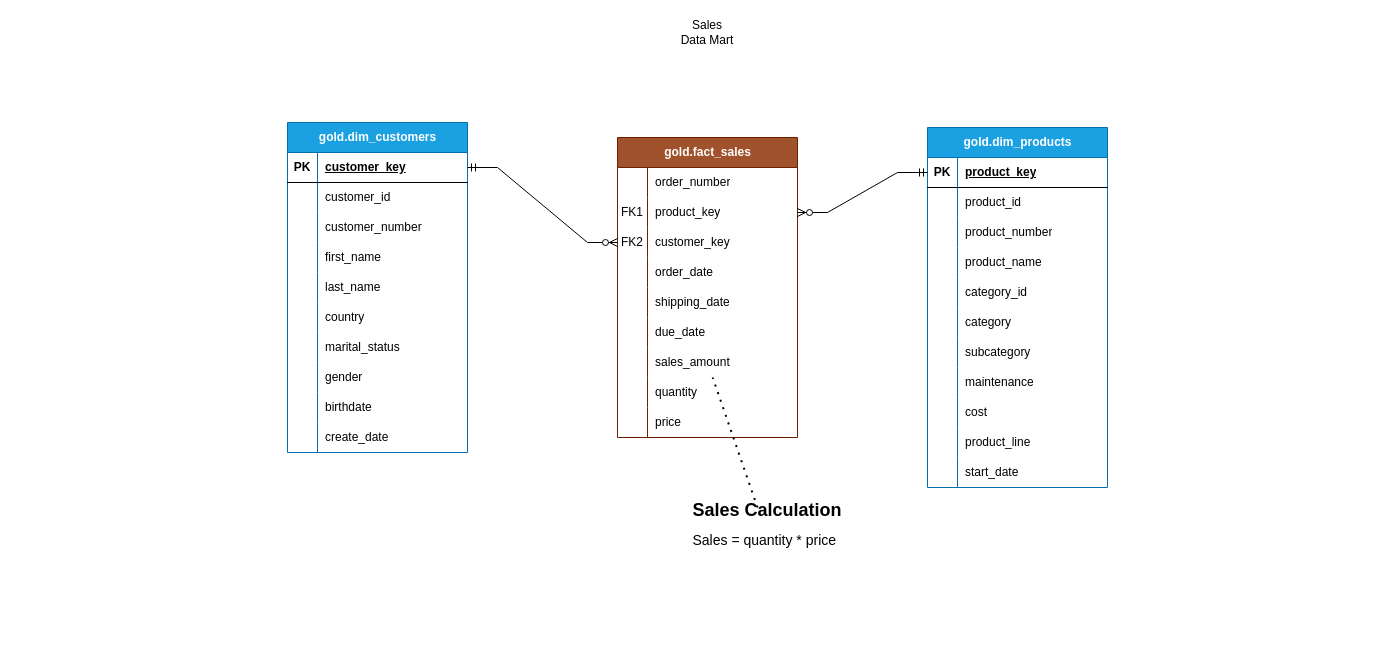
The draw.io diagram docs/Başlıksız Diyagram.drawio in erdemdlc/SQL_Datawarehouse_Project, before the edit. Source tidied: cells renumbered, new cells numbered last; positions are measured from the earlier drawing's top-left corner, leaving out a move shared by most shapes. Both pictures are drawn from the tidied source at 100%, with x=0, y=0 at pixel (287, 17).
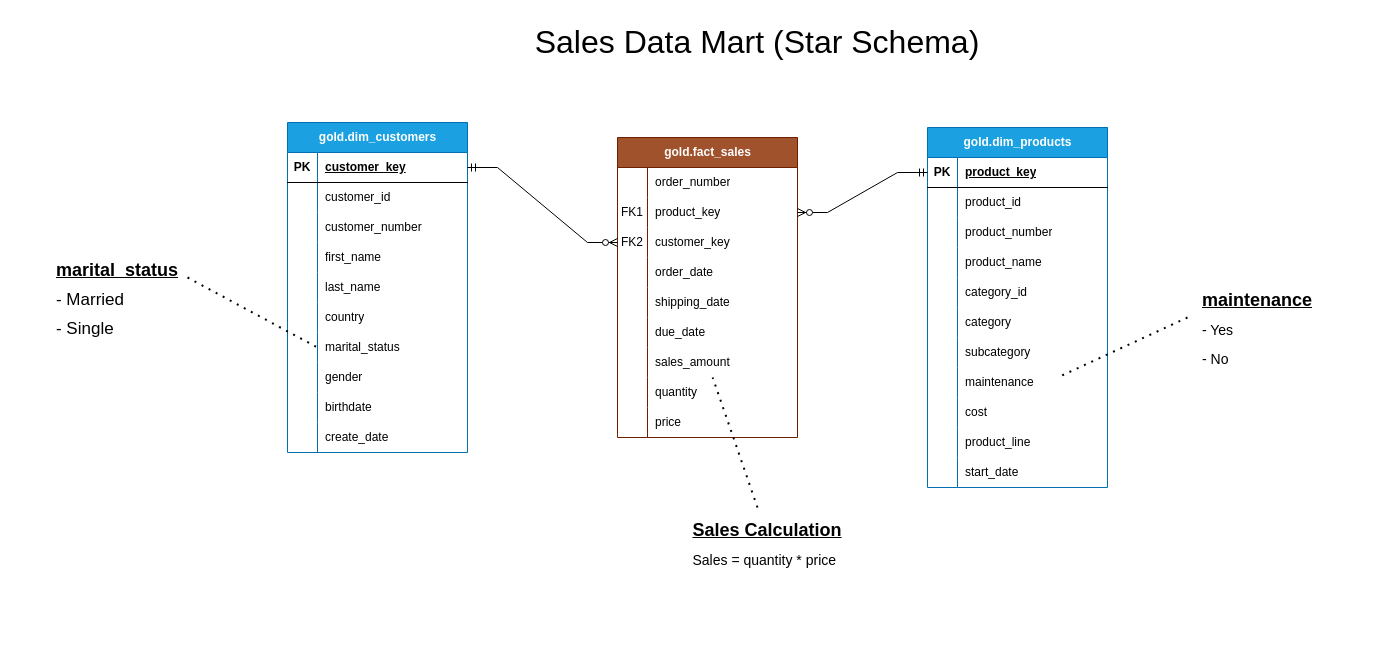
The same page after the edit.

Diff of the diagram source:
```diff
@@
-    <mxCell id="97" value="&lt;h1 style=&quot;margin-top: 0px;&quot;&gt;&lt;font style=&quot;&quot;&gt;&lt;font style=&quot;font-size: 18px;&quot;&gt;Sales Calculation&lt;br&gt;&lt;/font&gt;&lt;div style=&quot;text-align: left;&quot;&gt;&lt;span style=&quot;font-weight: normal;&quot;&gt;&lt;font style=&quot;font-size: 14px;&quot;&gt;Sales = quantity * price&lt;/font&gt;&lt;/span&gt;&lt;/div&gt;&lt;/font&gt;&lt;/h1&gt;&lt;p&gt;&lt;br&gt;&lt;/p&gt;" style="text;html=1;whiteSpace=wrap;overflow=hidden;rounded=0;align=center;" parent="1" vertex="1">
-      <mxGeometry x="380" y="470" width="200" height="120" as="geometry" />
+    <mxCell id="97" value="&lt;h1 style=&quot;margin-top: 0px;&quot;&gt;&lt;font style=&quot;&quot;&gt;&lt;font style=&quot;font-size: 18px;&quot;&gt;&lt;u&gt;Sales Calculation&lt;br&gt;&lt;/u&gt;&lt;/font&gt;&lt;div style=&quot;text-align: left;&quot;&gt;&lt;span style=&quot;font-weight: normal;&quot;&gt;&lt;font style=&quot;font-size: 14px;&quot;&gt;Sales = quantity * price&lt;/font&gt;&lt;/span&gt;&lt;/div&gt;&lt;/font&gt;&lt;/h1&gt;" style="text;html=1;whiteSpace=wrap;overflow=hidden;rounded=0;align=center;" parent="1" vertex="1">
+      <mxGeometry x="380" y="490" width="200" height="120" as="geometry" />
     </mxCell>
@@
-    <mxCell id="99" value="Sales Data Mart" style="text;html=1;align=center;verticalAlign=middle;whiteSpace=wrap;rounded=0;" parent="1" vertex="1">
-      <mxGeometry x="390" width="60" height="30" as="geometry" />
+    <mxCell id="99" value="&lt;font style=&quot;font-size: 32px;&quot;&gt;Sales Data Mart (Star Schema)&lt;/font&gt;" style="text;html=1;align=center;verticalAlign=middle;whiteSpace=wrap;rounded=0;" parent="1" vertex="1">
+      <mxGeometry x="230" y="10" width="480" height="30" as="geometry" />
     </mxCell>
+    <mxCell id="100" style="endArrow=none;dashed=1;html=1;dashPattern=1 3;strokeWidth=2;rounded=0;" parent="1" edge="1">
+      <mxGeometry relative="1" as="geometry">
+        <mxPoint x="-100" y="260" as="sourcePoint" />
+        <mxPoint x="30" y="330" as="targetPoint" />
+      </mxGeometry>
+    </mxCell>
+    <mxCell id="101" value="&lt;h1 style=&quot;margin-top: 0px;&quot;&gt;&lt;font style=&quot;&quot;&gt;&lt;div style=&quot;text-align: left;&quot;&gt;&lt;font style=&quot;&quot;&gt;&lt;u style=&quot;font-size: 18px;&quot;&gt;marital_status&lt;/u&gt;&lt;/font&gt;&lt;/div&gt;&lt;div style=&quot;text-align: left;&quot;&gt;&lt;font style=&quot;font-size: 17px;&quot;&gt;&lt;span style=&quot;font-weight: 400;&quot;&gt;- Married&lt;/span&gt;&lt;/font&gt;&lt;/div&gt;&lt;div style=&quot;text-align: left;&quot;&gt;&lt;font style=&quot;font-size: 17px;&quot;&gt;&lt;span style=&quot;font-weight: 400;&quot;&gt;- Single&lt;/span&gt;&lt;/font&gt;&lt;/div&gt;&lt;/font&gt;&lt;/h1&gt;" style="text;html=1;whiteSpace=wrap;overflow=hidden;rounded=0;align=center;" parent="1" vertex="1">
+      <mxGeometry x="-270" y="230" width="200" height="120" as="geometry" />
+    </mxCell>
+    <mxCell id="102" style="endArrow=none;dashed=1;html=1;dashPattern=1 3;strokeWidth=2;rounded=0;" parent="1" edge="1">
+      <mxGeometry relative="1" as="geometry">
+        <mxPoint x="900" y="300" as="sourcePoint" />
+        <mxPoint x="770" y="360" as="targetPoint" />
+      </mxGeometry>
+    </mxCell>
+    <mxCell id="103" value="&lt;h1 style=&quot;margin-top: 0px;&quot;&gt;&lt;font style=&quot;&quot;&gt;&lt;div style=&quot;text-align: left;&quot;&gt;&lt;font style=&quot;font-size: 18px;&quot;&gt;&lt;u&gt;maintenance&lt;/u&gt;&lt;/font&gt;&lt;/div&gt;&lt;div style=&quot;text-align: left;&quot;&gt;&lt;font style=&quot;font-weight: normal; font-size: 14px;&quot;&gt;- Yes&lt;/font&gt;&lt;/div&gt;&lt;div style=&quot;text-align: left;&quot;&gt;&lt;font style=&quot;font-weight: normal; font-size: 14px;&quot;&gt;- No&lt;/font&gt;&lt;/div&gt;&lt;/font&gt;&lt;/h1&gt;" style="text;html=1;whiteSpace=wrap;overflow=hidden;rounded=0;align=center;" parent="1" vertex="1">
+      <mxGeometry x="870" y="260" width="200" height="120" as="geometry" />
+    </mxCell>
```
